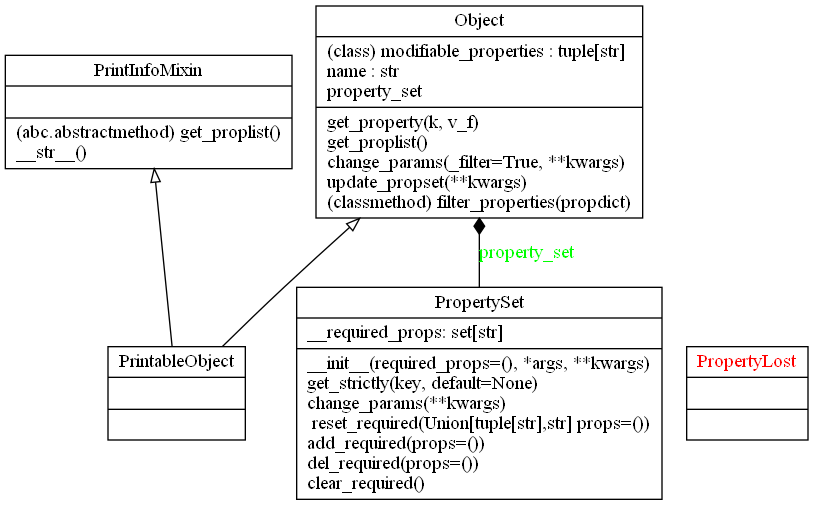
Above: docs/_assets/picture/uml/_utils_uml.png in bobdadada/cavag (Graphviz), before the change. Its source is kept beside it as docs/_assets/picture/uml/_utils_uml.dot. Source of this version:
```dot
digraph "classes" {
charset="utf-8"
rankdir=BT
"0" [label="{PrintInfoMixin|\l|(abc.abstractmethod) get_proplist()\l__str__()\l}", shape="record"];
"1" [label="{PrintableObject|\l|}", shape="record"];
"2" [fontcolor="red", label="{PropertyLost|\l|}", shape="record"];
"3" [label="{PropertySet|__required_props: set[str]\l|
            __init__(required_props=(), *args, **kwargs)\lget_strictly(key, default=None)\lchange_params(**kwargs)\l
            reset_required(Union[tuple[str],str] props=())\ladd_required(props=())\ldel_required(props=())\lclear_required()\l}", shape="record"];
"4" [label="{Object|(class) modifiable_properties : tuple[str]\lname : str\lproperty_set\l|
            get_property(k, v_f)\lget_proplist()\lchange_params(_filter=True, **kwargs)\lupdate_propset(**kwargs)\l(classmethod) filter_properties(propdict)\l}", shape="record"];
"1" -> "0" [arrowhead="empty", arrowtail="none"];
"1" -> "4" [arrowhead="empty", arrowtail="none"];
"3" -> "4" [arrowhead="diamond", arrowtail="none", fontcolor="green", label="property_set", style="solid"];
}
```
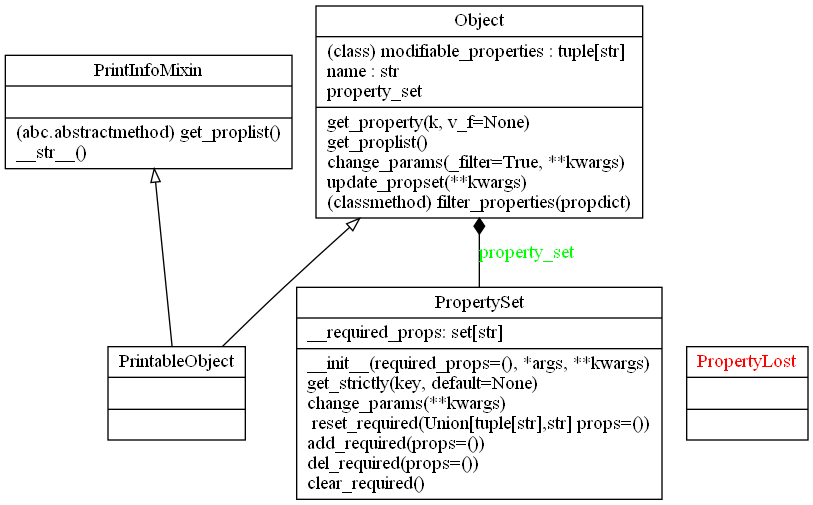
After the commit.

The edit, as a diff of the source:
```diff
@@ -8,7 +8,7 @@
             __init__(required_props=(), *args, **kwargs)\lget_strictly(key, default=None)\lchange_params(**kwargs)\l
             reset_required(Union[tuple[str],str] props=())\ladd_required(props=())\ldel_required(props=())\lclear_required()\l}", shape="record"];
 "4" [label="{Object|(class) modifiable_properties : tuple[str]\lname : str\lproperty_set\l|
-            get_property(k, v_f)\lget_proplist()\lchange_params(_filter=True, **kwargs)\lupdate_propset(**kwargs)\l(classmethod) filter_properties(propdict)\l}", shape="record"];
+            get_property(k, v_f=None)\lget_proplist()\lchange_params(_filter=True, **kwargs)\lupdate_propset(**kwargs)\l(classmethod) filter_properties(propdict)\l}", shape="record"];
 "1" -> "0" [arrowhead="empty", arrowtail="none"];
 "1" -> "4" [arrowhead="empty", arrowtail="none"];
 "3" -> "4" [arrowhead="diamond", arrowtail="none", fontcolor="green", label="property_set", style="solid"];
```
